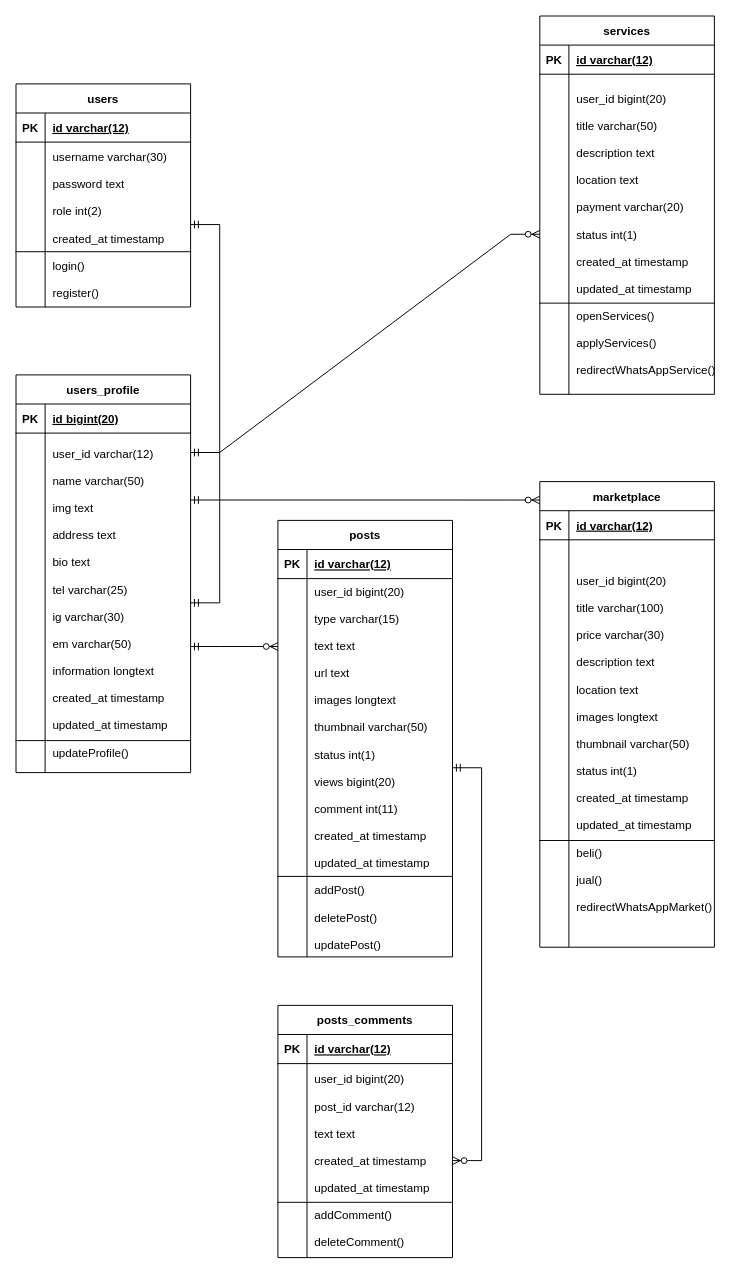
Above: Class.drawio in nugrahaas/diagram-project-rpl (draw.io), before the change. Source tidied: cells renumbered, new cells numbered last; positions are measured from the earlier drawing's top-left corner, leaving out a move shared by most shapes. Both pictures are drawn from the tidied source at 97%, with x=0, y=0 at pixel (16, 16).
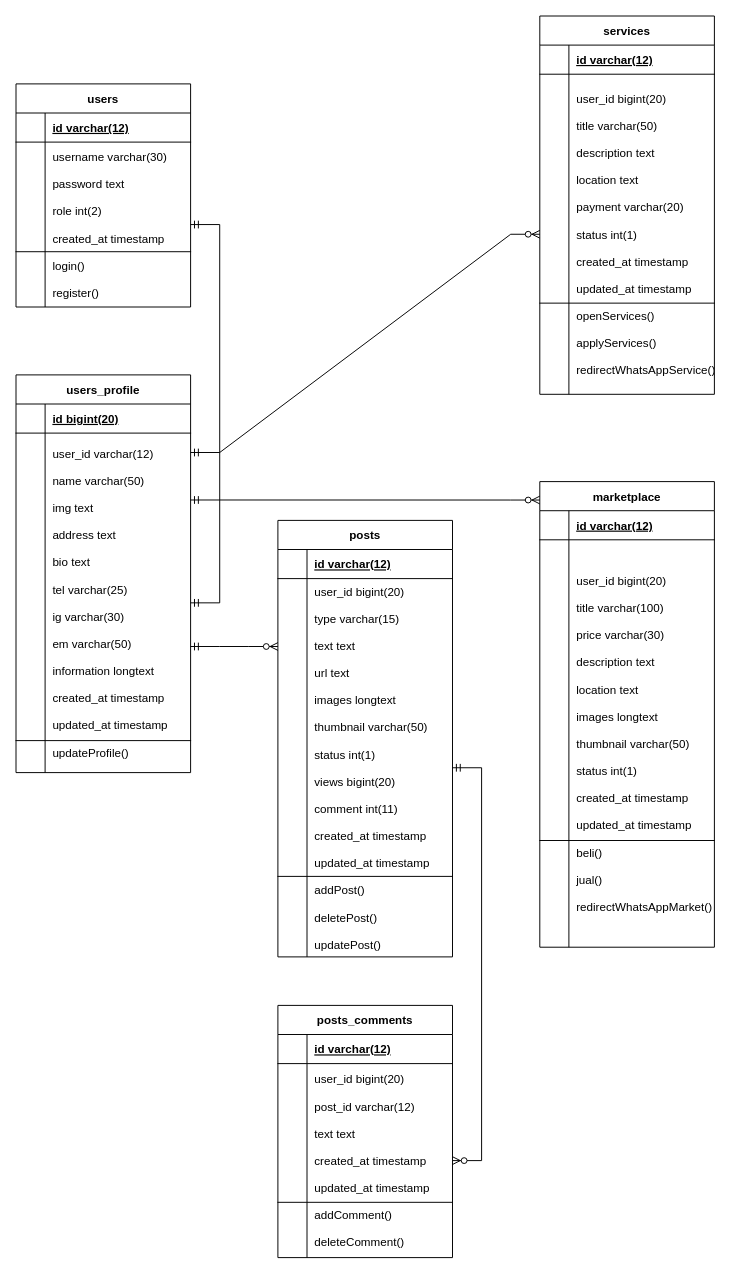
The same page after the edit.

The change refers to these unchanged cells:
```xml
<mxCell id="3" style="shape=tableRow;horizontal=0;startSize=0;swimlaneHead=0;swimlaneBody=0;fillColor=none;top=0;left=0;right=0;bottom=1;" parent="2" vertex="1">
  <mxGeometry y="30" width="180" height="30" as="geometry" />
</mxCell>
<mxCell id="10" style="shape=tableRow;horizontal=0;startSize=0;swimlaneHead=0;swimlaneBody=0;fillColor=none;top=0;left=0;right=0;bottom=1;" parent="9" vertex="1">
  <mxGeometry y="30" width="180" height="30" as="geometry" />
</mxCell>
<mxCell id="17" style="shape=tableRow;horizontal=0;startSize=0;swimlaneHead=0;swimlaneBody=0;fillColor=none;top=0;left=0;right=0;bottom=1;" parent="16" vertex="1">
  <mxGeometry y="30" width="180" height="30" as="geometry" />
</mxCell>
<mxCell id="24" style="shape=tableRow;horizontal=0;startSize=0;swimlaneHead=0;swimlaneBody=0;fillColor=none;top=0;left=0;right=0;bottom=1;" parent="23" vertex="1">
  <mxGeometry y="30" width="180" height="30" as="geometry" />
</mxCell>
<mxCell id="31" style="shape=tableRow;horizontal=0;startSize=0;swimlaneHead=0;swimlaneBody=0;fillColor=none;top=0;left=0;right=0;bottom=1;" parent="30" vertex="1">
  <mxGeometry y="30" width="180" height="30" as="geometry" />
</mxCell>
<mxCell id="38" style="shape=tableRow;horizontal=0;startSize=0;swimlaneHead=0;swimlaneBody=0;fillColor=none;top=0;left=0;right=0;bottom=1;" parent="37" vertex="1">
  <mxGeometry y="30" width="180" height="30" as="geometry" />
</mxCell>
```

What changed in the source:
```diff
@@
-    <mxCell id="4" value="PK" style="shape=partialRectangle;fillColor=none;top=0;left=0;bottom=0;right=0;fontStyle=1;overflow=hidden;" parent="3" vertex="1">
+    <mxCell id="4" style="shape=partialRectangle;fillColor=none;top=0;left=0;bottom=0;right=0;fontStyle=1;overflow=hidden;" parent="3" vertex="1">
       <mxGeometry width="30" height="30" as="geometry" />
     </mxCell>
@@
-    <mxCell id="11" value="PK" style="shape=partialRectangle;fillColor=none;top=0;left=0;bottom=0;right=0;fontStyle=1;overflow=hidden;" parent="10" vertex="1">
+    <mxCell id="11" style="shape=partialRectangle;fillColor=none;top=0;left=0;bottom=0;right=0;fontStyle=1;overflow=hidden;" parent="10" vertex="1">
       <mxGeometry width="30" height="30" as="geometry" />
     </mxCell>
@@
-    <mxCell id="18" value="PK" style="shape=partialRectangle;fillColor=none;top=0;left=0;bottom=0;right=0;fontStyle=1;overflow=hidden;" parent="17" vertex="1">
+    <mxCell id="18" style="shape=partialRectangle;fillColor=none;top=0;left=0;bottom=0;right=0;fontStyle=1;overflow=hidden;" parent="17" vertex="1">
       <mxGeometry width="30" height="30" as="geometry" />
     </mxCell>
@@
-    <mxCell id="25" value="PK" style="shape=partialRectangle;fillColor=none;top=0;left=0;bottom=0;right=0;fontStyle=1;overflow=hidden;" parent="24" vertex="1">
+    <mxCell id="25" style="shape=partialRectangle;fillColor=none;top=0;left=0;bottom=0;right=0;fontStyle=1;overflow=hidden;" parent="24" vertex="1">
       <mxGeometry width="30" height="30" as="geometry" />
     </mxCell>
@@
-    <mxCell id="32" value="PK" style="shape=partialRectangle;fillColor=none;top=0;left=0;bottom=0;right=0;fontStyle=1;overflow=hidden;" parent="31" vertex="1">
+    <mxCell id="32" style="shape=partialRectangle;fillColor=none;top=0;left=0;bottom=0;right=0;fontStyle=1;overflow=hidden;" parent="31" vertex="1">
       <mxGeometry width="30" height="30" as="geometry" />
     </mxCell>
@@
-    <mxCell id="39" value="PK" style="shape=partialRectangle;fillColor=none;top=0;left=0;bottom=0;right=0;fontStyle=1;overflow=hidden;" parent="38" vertex="1">
+    <mxCell id="39" style="shape=partialRectangle;fillColor=none;top=0;left=0;bottom=0;right=0;fontStyle=1;overflow=hidden;" parent="38" vertex="1">
       <mxGeometry width="30" height="30" as="geometry" />
     </mxCell>
```
